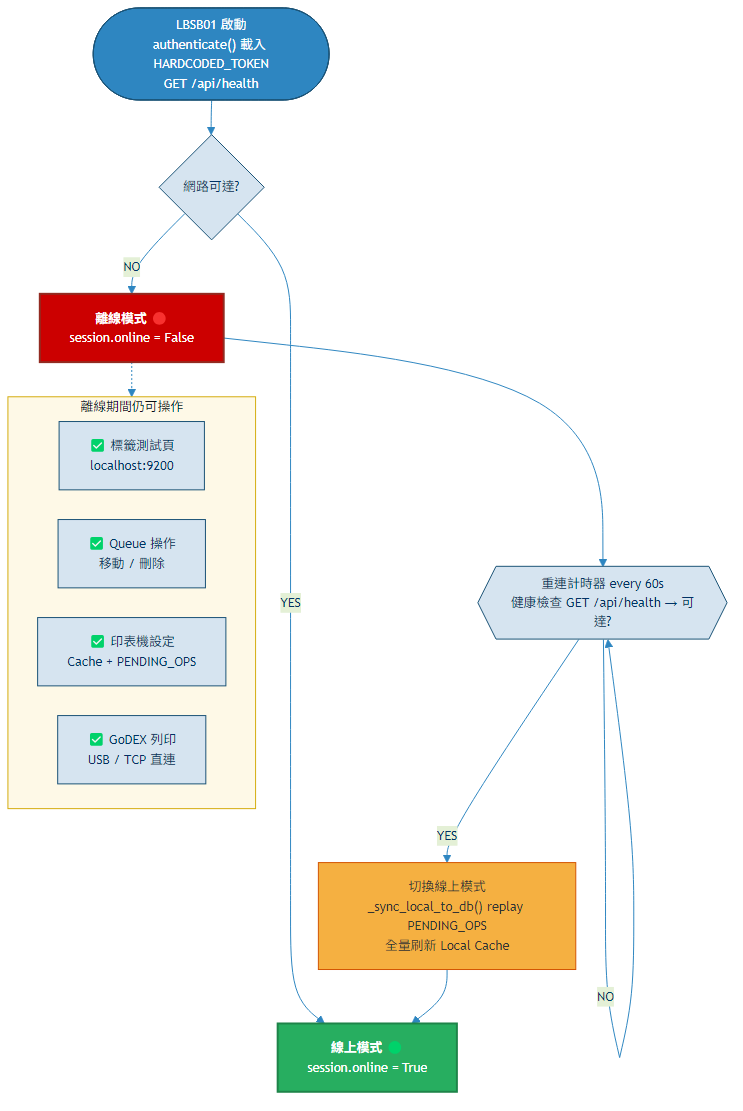
This is docs/specs/lb/images/offline-reconnect.png from sti-fhb/LB_TBMS, a Mermaid export, as it was before one commit. Its source is kept beside it as docs/specs/lb/images/offline-reconnect.mmd.
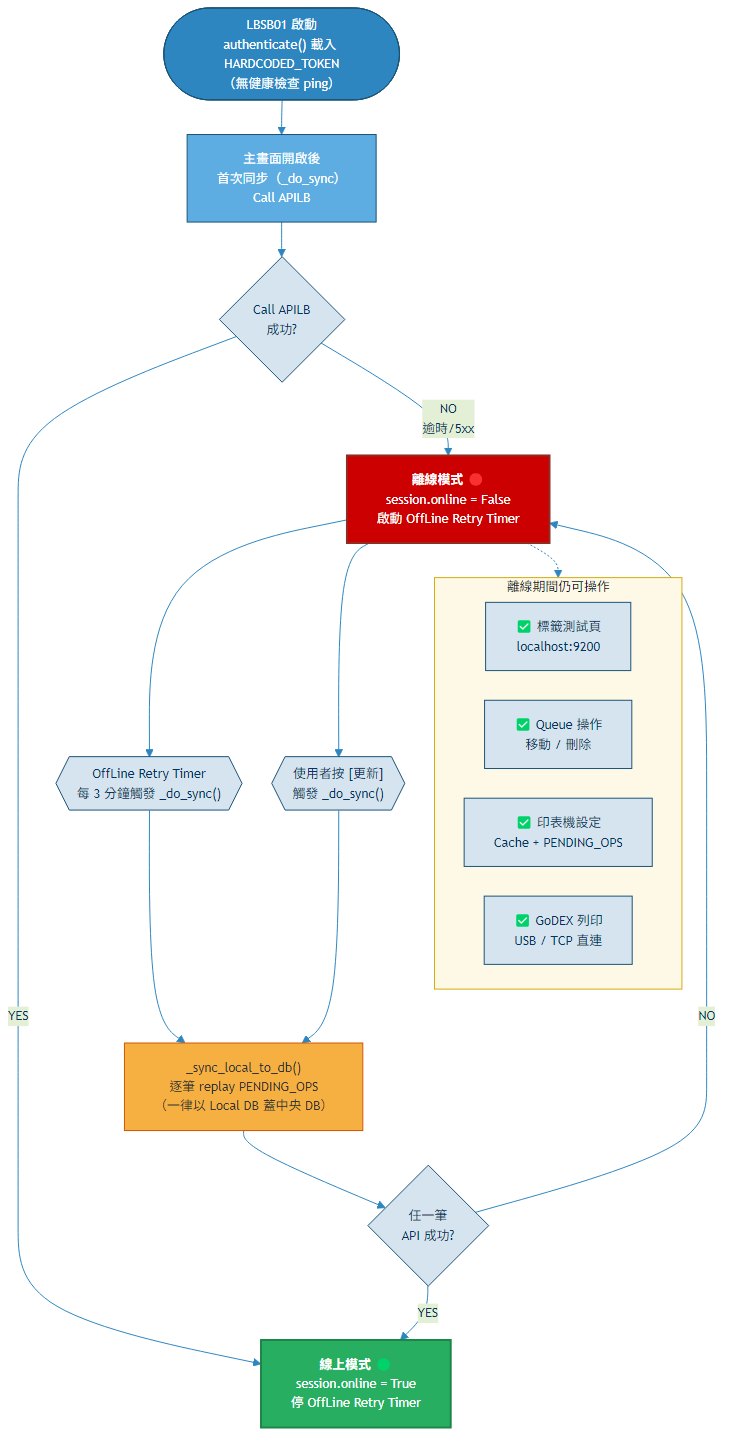
The same diagram one commit later.

Diff of the diagram source:
```diff
@@ -1,14 +1,22 @@
 %%{init: {'theme': 'base', 'themeVariables': {'primaryColor': '#D6E4F0', 'primaryTextColor': '#003366', 'primaryBorderColor': '#1A5276', 'lineColor': '#2E86C1', 'fontSize': '13px'}, 'flowchart': {'nodeSpacing': 30, 'rankSpacing': 35}}}%%
 flowchart TB
-    START(["LBSB01 啟動<br/>authenticate() 載入 HARDCODED_TOKEN<br/>GET /api/health"]) --> CHECK{網路可達?}
+    START(["LBSB01 啟動<br/>authenticate() 載入 HARDCODED_TOKEN<br/>（無健康檢查 ping）"]) --> FIRSTSYNC["主畫面開啟後<br/>首次同步（_do_sync）<br/>Call APILB"]
 
-    CHECK -->|YES| ONLINE["<b>線上模式</b> 🟢<br/>session.online = True"]
-    CHECK -->|NO| OFFLINE["<b>離線模式</b> 🔴<br/>session.online = False"]
+    FIRSTSYNC --> CHECK{"Call APILB<br/>成功?"}
 
-    OFFLINE --> TIMER{{"重連計時器 every 60s<br/>健康檢查 GET /api/health → 可達?"}}
-    TIMER -->|NO| TIMER
-    TIMER -->|YES| SYNC["切換線上模式<br/>_sync_local_to_db() replay PENDING_OPS<br/>全量刷新 Local Cache"]
-    SYNC --> ONLINE
+    CHECK -->|YES| ONLINE["<b>線上模式</b> 🟢<br/>session.online = True<br/>停 OffLine Retry Timer"]
+    CHECK -->|NO<br/>逾時/5xx| OFFLINE["<b>離線模式</b> 🔴<br/>session.online = False<br/>啟動 OffLine Retry Timer"]
+
+    OFFLINE --> TIMER{{"OffLine Retry Timer<br/>每 3 分鐘觸發 _do_sync()"}}
+    OFFLINE --> MANUAL{{"使用者按 [更新]<br/>觸發 _do_sync()"}}
+
+    TIMER --> SYNC
+    MANUAL --> SYNC
+
+    SYNC["_sync_local_to_db()<br/>逐筆 replay PENDING_OPS<br/>（一律以 Local DB 蓋中央 DB）"]
+    SYNC --> RESULT{"任一筆<br/>API 成功?"}
+    RESULT -->|YES| ONLINE
+    RESULT -->|NO| OFFLINE
 
     OFFLINE -.-> OPS
 
@@ -21,6 +29,7 @@
     end
 
     style START fill:#2E86C1,stroke:#1A5276,color:#FFF
+    style FIRSTSYNC fill:#5DADE2,stroke:#1A5276,color:#FFF
     style ONLINE fill:#27AE60,stroke:#1E8449,color:#FFF,stroke-width:2px
     style OFFLINE fill:#CC0000,stroke:#922B21,color:#FFF,stroke-width:2px
     style SYNC fill:#F5B041,stroke:#D35400,color:#333
```
